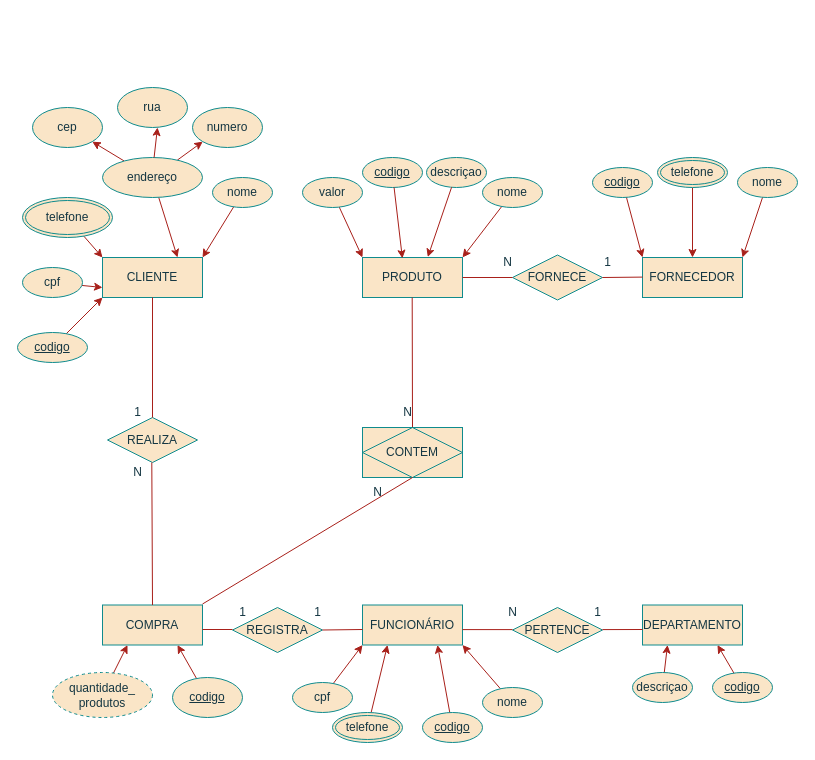
Earlier version of the draw.io diagram projeto-dre.drawio (kennyendersen/uc1-back-end). Source tidied: cells renumbered, new cells numbered last; positions are measured from the earlier drawing's top-left corner, leaving out a move shared by most shapes. Both pictures are drawn from the tidied source at 100%, with x=0, y=0 at pixel (17, 87).
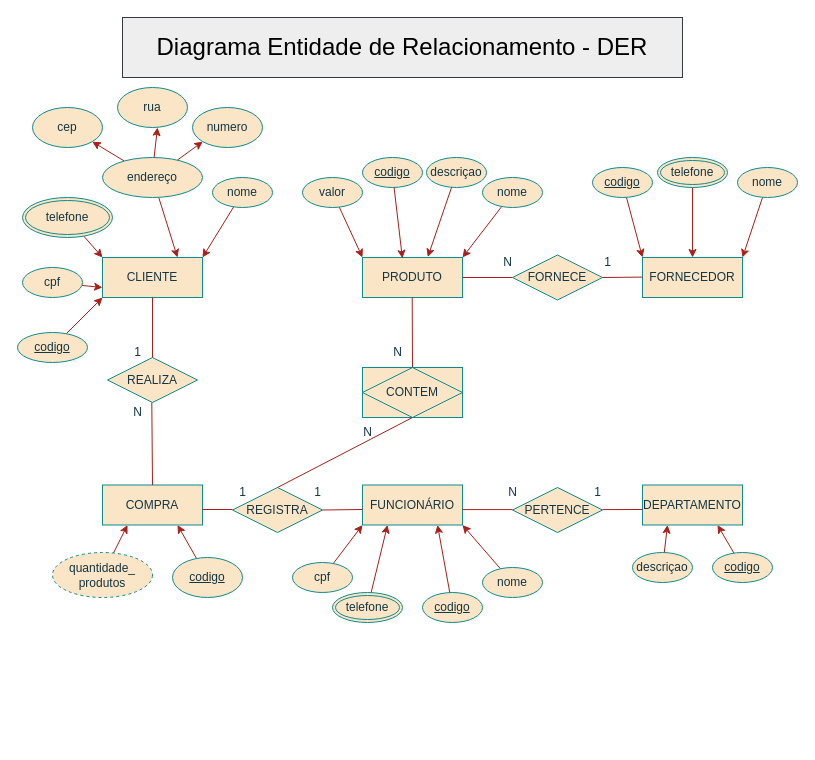
The same page after the edit.

Unchanged cells that the change refers to:
```xml
<mxCell id="53" value="FORNECE" style="shape=rhombus;perimeter=rhombusPerimeter;whiteSpace=wrap;html=1;align=center;strokeColor=#0F8B8D;fontColor=#143642;fillColor=#FAE5C7;rotation=0;rounded=0;labelBackgroundColor=none;" parent="1" vertex="1">
  <mxGeometry x="495" y="167.5" width="90" height="45" as="geometry" />
</mxCell>
```

Change to the diagram source:
```diff
@@
     <mxCell id="2" value="DEPARTAMENTO" style="whiteSpace=wrap;html=1;align=center;fillColor=#FAE5C7;fontColor=#143642;rounded=0;labelBackgroundColor=none;strokeColor=#0F8B8D;" parent="1" vertex="1">
-      <mxGeometry x="625" y="517.5" width="100" height="40" as="geometry" />
+      <mxGeometry x="625" y="397.5" width="100" height="40" as="geometry" />
     </mxCell>
     <mxCell id="3" value="FUNCIONÁRIO" style="whiteSpace=wrap;html=1;align=center;fontColor=#143642;strokeColor=#0F8B8D;fillColor=#FAE5C7;rounded=0;labelBackgroundColor=none;" parent="1" vertex="1">
-      <mxGeometry x="345" y="517.5" width="100" height="40" as="geometry" />
+      <mxGeometry x="345" y="397.5" width="100" height="40" as="geometry" />
     </mxCell>
@@
     <mxCell id="7" value="COMPRA" style="rounded=0;arcSize=10;whiteSpace=wrap;html=1;align=center;labelBackgroundColor=none;strokeColor=#0F8B8D;fillColor=#FAE5C7;fontColor=#143642;" parent="1" vertex="1">
-      <mxGeometry x="85" y="517.5" width="100" height="40" as="geometry" />
+      <mxGeometry x="85" y="397.5" width="100" height="40" as="geometry" />
     </mxCell>
@@
     <mxCell id="13" value="codigo" style="ellipse;whiteSpace=wrap;html=1;align=center;fontStyle=4;rounded=0;labelBackgroundColor=none;fillColor=#FAE5C7;strokeColor=#0F8B8D;fontColor=#143642;" parent="1" vertex="1">
-      <mxGeometry x="155" y="590" width="70" height="40" as="geometry" />
+      <mxGeometry x="155" y="470" width="70" height="40" as="geometry" />
     </mxCell>
@@
     <mxCell id="17" value="quantidade_&lt;br&gt;produtos" style="ellipse;whiteSpace=wrap;html=1;align=center;dashed=1;rounded=0;labelBackgroundColor=none;fillColor=#FAE5C7;strokeColor=#0F8B8D;fontColor=#143642;" parent="1" vertex="1">
-      <mxGeometry x="35" y="585" width="100" height="45" as="geometry" />
+      <mxGeometry x="35" y="465" width="100" height="45" as="geometry" />
     </mxCell>
@@
     <mxCell id="35" value="nome" style="ellipse;whiteSpace=wrap;html=1;align=center;rounded=0;labelBackgroundColor=none;fillColor=#FAE5C7;strokeColor=#0F8B8D;fontColor=#143642;" parent="1" vertex="1">
-      <mxGeometry x="465" y="600" width="60" height="30" as="geometry" />
+      <mxGeometry x="465" y="480" width="60" height="30" as="geometry" />
     </mxCell>
@@
     <mxCell id="37" value="codigo" style="ellipse;whiteSpace=wrap;html=1;align=center;fontStyle=4;rounded=0;labelBackgroundColor=none;fillColor=#FAE5C7;strokeColor=#0F8B8D;fontColor=#143642;" parent="1" vertex="1">
-      <mxGeometry x="405" y="625" width="60" height="30" as="geometry" />
+      <mxGeometry x="405" y="505" width="60" height="30" as="geometry" />
     </mxCell>
@@
     <mxCell id="39" value="cpf" style="ellipse;whiteSpace=wrap;html=1;align=center;rounded=0;labelBackgroundColor=none;fillColor=#FAE5C7;strokeColor=#0F8B8D;fontColor=#143642;" parent="1" vertex="1">
-      <mxGeometry x="275" y="595" width="60" height="30" as="geometry" />
+      <mxGeometry x="275" y="475" width="60" height="30" as="geometry" />
     </mxCell>
@@
     <mxCell id="41" value="telefone" style="ellipse;shape=doubleEllipse;margin=3;whiteSpace=wrap;html=1;align=center;rounded=0;labelBackgroundColor=none;fillColor=#FAE5C7;strokeColor=#0F8B8D;fontColor=#143642;" parent="1" vertex="1">
-      <mxGeometry x="315" y="625" width="70" height="30" as="geometry" />
+      <mxGeometry x="315" y="505" width="70" height="30" as="geometry" />
     </mxCell>
@@
     <mxCell id="49" value="descriçao" style="ellipse;whiteSpace=wrap;html=1;align=center;rounded=0;labelBackgroundColor=none;fillColor=#FAE5C7;strokeColor=#0F8B8D;fontColor=#143642;" parent="1" vertex="1">
-      <mxGeometry x="615" y="585" width="60" height="30" as="geometry" />
+      <mxGeometry x="615" y="465" width="60" height="30" as="geometry" />
     </mxCell>
@@
     <mxCell id="51" value="codigo" style="ellipse;whiteSpace=wrap;html=1;align=center;fontStyle=4;rounded=0;labelBackgroundColor=none;fillColor=#FAE5C7;strokeColor=#0F8B8D;fontColor=#143642;" parent="1" vertex="1">
-      <mxGeometry x="695" y="585" width="60" height="30" as="geometry" />
+      <mxGeometry x="695" y="465" width="60" height="30" as="geometry" />
     </mxCell>
     <mxCell id="52" value="REALIZA" style="shape=rhombus;perimeter=rhombusPerimeter;whiteSpace=wrap;html=1;align=center;strokeColor=#0F8B8D;fontColor=#143642;fillColor=#FAE5C7;rotation=0;rounded=0;labelBackgroundColor=none;" parent="1" vertex="1">
-      <mxGeometry x="90" y="330" width="90" height="45" as="geometry" />
+      <mxGeometry x="90" y="270" width="90" height="45" as="geometry" />
     </mxCell>
@@
     <mxCell id="54" value="PERTENCE" style="shape=rhombus;perimeter=rhombusPerimeter;whiteSpace=wrap;html=1;align=center;strokeColor=#0F8B8D;fontColor=#143642;fillColor=#FAE5C7;rotation=0;rounded=0;labelBackgroundColor=none;" parent="1" vertex="1">
-      <mxGeometry x="495" y="520" width="90" height="45" as="geometry" />
+      <mxGeometry x="495" y="400" width="90" height="45" as="geometry" />
     </mxCell>
     <mxCell id="55" value="REGISTRA" style="shape=rhombus;perimeter=rhombusPerimeter;whiteSpace=wrap;html=1;align=center;strokeColor=#0F8B8D;fontColor=#143642;fillColor=#FAE5C7;rotation=0;rounded=0;labelBackgroundColor=none;" parent="1" vertex="1">
-      <mxGeometry x="215" y="520" width="90" height="45" as="geometry" />
+      <mxGeometry x="215" y="400" width="90" height="45" as="geometry" />
     </mxCell>
@@
     <mxCell id="59" style="endArrow=none;html=1;rounded=0;entryX=0.5;entryY=0;entryDx=0;entryDy=0;exitX=0.5;exitY=1;exitDx=0;exitDy=0;labelBackgroundColor=none;strokeColor=#A8201A;fontColor=default;" parent="1" edge="1" target="7">
       <mxGeometry relative="1" as="geometry">
-        <mxPoint x="134.3" y="375" as="sourcePoint" />
+        <mxPoint x="134.3" y="315" as="sourcePoint" />
       </mxGeometry>
     </mxCell>
@@
-    <mxCell id="61" style="endArrow=none;html=1;rounded=0;strokeColor=#A8201A;fontColor=#143642;fillColor=#FAE5C7;" parent="1" edge="1">
+    <mxCell id="61" style="endArrow=none;html=1;rounded=0;strokeColor=#A8201A;fontColor=default;fillColor=#FAE5C7;labelBackgroundColor=none;" parent="1" edge="1">
       <mxGeometry relative="1" as="geometry">
         <mxPoint x="445" y="190" as="sourcePoint" />
         <mxPoint x="495" y="190" as="targetPoint" />
       </mxGeometry>
     </mxCell>
-    <mxCell id="62" style="endArrow=none;html=1;rounded=0;strokeColor=#A8201A;fontColor=#143642;fillColor=#FAE5C7;exitX=1;exitY=0.5;exitDx=0;exitDy=0;" parent="1" edge="1" source="53">
+    <mxCell id="62" style="endArrow=none;html=1;rounded=0;strokeColor=#A8201A;fontColor=default;fillColor=#FAE5C7;exitX=1;exitY=0.5;exitDx=0;exitDy=0;labelBackgroundColor=none;" parent="1" edge="1" source="53">
       <mxGeometry relative="1" as="geometry">
         <mxPoint x="625" y="189.6" as="targetPoint" />
       </mxGeometry>
     </mxCell>
-    <mxCell id="63" style="endArrow=none;html=1;rounded=0;strokeColor=#A8201A;fontColor=#143642;fillColor=#FAE5C7;" parent="1" edge="1">
+    <mxCell id="63" style="endArrow=none;html=1;rounded=0;strokeColor=#A8201A;fontColor=default;fillColor=#FAE5C7;labelBackgroundColor=none;" parent="1" edge="1">
       <mxGeometry relative="1" as="geometry">
-        <mxPoint x="445" y="542.1" as="sourcePoint" />
-        <mxPoint x="495" y="542.1" as="targetPoint" />
+        <mxPoint x="445" y="422.1" as="sourcePoint" />
+        <mxPoint x="495" y="422.1" as="targetPoint" />
       </mxGeometry>
     </mxCell>
-    <mxCell id="64" style="endArrow=none;html=1;rounded=0;strokeColor=#A8201A;fontColor=#143642;fillColor=#FAE5C7;" parent="1" edge="1">
+    <mxCell id="64" style="endArrow=none;html=1;rounded=0;strokeColor=#A8201A;fontColor=default;fillColor=#FAE5C7;labelBackgroundColor=none;" parent="1" edge="1">
       <mxGeometry relative="1" as="geometry">
-        <mxPoint x="585" y="542.1" as="sourcePoint" />
-        <mxPoint x="625" y="542" as="targetPoint" />
+        <mxPoint x="585" y="422.1" as="sourcePoint" />
+        <mxPoint x="625" y="422" as="targetPoint" />
       </mxGeometry>
     </mxCell>
-    <mxCell id="65" style="endArrow=none;html=1;rounded=0;strokeColor=#A8201A;fontColor=#143642;fillColor=#FAE5C7;exitX=1;exitY=0.5;exitDx=0;exitDy=0;" parent="1" edge="1" source="55">
+    <mxCell id="65" style="endArrow=none;html=1;rounded=0;strokeColor=#A8201A;fontColor=default;fillColor=#FAE5C7;exitX=1;exitY=0.5;exitDx=0;exitDy=0;labelBackgroundColor=none;" parent="1" edge="1" source="55">
       <mxGeometry relative="1" as="geometry">
-        <mxPoint x="345" y="542" as="targetPoint" />
+        <mxPoint x="345" y="422" as="targetPoint" />
       </mxGeometry>
     </mxCell>
-    <mxCell id="66" value="CONTEM" style="shape=associativeEntity;whiteSpace=wrap;html=1;align=center;strokeColor=#0F8B8D;fontColor=#143642;fillColor=#FAE5C7;fontSize=12;" parent="1" vertex="1">
-      <mxGeometry x="345" y="340" width="100" height="50" as="geometry" />
+    <mxCell id="66" value="CONTEM" style="shape=associativeEntity;whiteSpace=wrap;html=1;align=center;strokeColor=#0F8B8D;fontColor=#143642;fillColor=#FAE5C7;fontSize=12;rounded=0;labelBackgroundColor=none;" parent="1" vertex="1">
+      <mxGeometry x="345" y="280" width="100" height="50" as="geometry" />
     </mxCell>
-    <mxCell id="67" style="endArrow=none;html=1;rounded=0;strokeColor=#A8201A;fontColor=#143642;fillColor=#FAE5C7;" parent="1" edge="1">
+    <mxCell id="67" style="endArrow=none;html=1;rounded=0;strokeColor=#A8201A;fontColor=default;fillColor=#FAE5C7;labelBackgroundColor=none;" parent="1" edge="1">
       <mxGeometry relative="1" as="geometry">
-        <mxPoint x="185" y="542" as="sourcePoint" />
-        <mxPoint x="215" y="542" as="targetPoint" />
+        <mxPoint x="185" y="422" as="sourcePoint" />
+        <mxPoint x="215" y="422" as="targetPoint" />
       </mxGeometry>
     </mxCell>
-    <mxCell id="68" style="endArrow=none;html=1;rounded=0;strokeColor=#A8201A;fontColor=#143642;fillColor=#FAE5C7;entryX=0.5;entryY=1;entryDx=0;entryDy=0;" parent="1" edge="1" target="66">
-      <mxGeometry relative="1" as="geometry">
-        <mxPoint x="185" y="516.5" as="sourcePoint" />
-      </mxGeometry>
+    <mxCell id="68" style="endArrow=none;html=1;rounded=0;strokeColor=#A8201A;fontColor=default;fillColor=#FAE5C7;entryX=0.5;entryY=1;entryDx=0;entryDy=0;labelBackgroundColor=none;exitX=0.5;exitY=0;exitDx=0;exitDy=0;" parent="1" edge="1" source="55" target="66">
+      <mxGeometry relative="1" as="geometry" />
     </mxCell>
-    <mxCell id="69" value="N" style="text;html=1;align=center;verticalAlign=middle;strokeColor=none;fillColor=none;fontColor=#143642;" parent="1" vertex="1">
-      <mxGeometry x="105" y="370" width="30" height="30" as="geometry" />
+    <mxCell id="69" value="N" style="text;html=1;align=center;verticalAlign=middle;strokeColor=none;fillColor=none;fontColor=#143642;rounded=0;labelBackgroundColor=none;" parent="1" vertex="1">
+      <mxGeometry x="105" y="310" width="30" height="30" as="geometry" />
     </mxCell>
-    <mxCell id="70" value="1" style="text;html=1;align=center;verticalAlign=middle;strokeColor=none;fillColor=none;fontColor=#143642;" parent="1" vertex="1">
-      <mxGeometry x="105" y="310" width="30" height="30" as="geometry" />
+    <mxCell id="70" value="1" style="text;html=1;align=center;verticalAlign=middle;strokeColor=none;fillColor=none;fontColor=#143642;rounded=0;labelBackgroundColor=none;" parent="1" vertex="1">
+      <mxGeometry x="105" y="250" width="30" height="30" as="geometry" />
     </mxCell>
-    <mxCell id="71" value="N" style="text;html=1;align=center;verticalAlign=middle;strokeColor=none;fillColor=none;fontColor=#143642;" parent="1" vertex="1">
-      <mxGeometry x="345" y="390" width="30" height="30" as="geometry" />
+    <mxCell id="71" value="N" style="text;html=1;align=center;verticalAlign=middle;strokeColor=none;fillColor=none;fontColor=#143642;rounded=0;labelBackgroundColor=none;" parent="1" vertex="1">
+      <mxGeometry x="335" y="330" width="30" height="30" as="geometry" />
     </mxCell>
-    <mxCell id="72" value="N" style="text;html=1;align=center;verticalAlign=middle;strokeColor=none;fillColor=none;fontColor=#143642;" parent="1" vertex="1">
-      <mxGeometry x="375" y="310" width="30" height="30" as="geometry" />
+    <mxCell id="72" value="N" style="text;html=1;align=center;verticalAlign=middle;strokeColor=none;fillColor=none;fontColor=#143642;rounded=0;labelBackgroundColor=none;" parent="1" vertex="1">
+      <mxGeometry x="365" y="250" width="30" height="30" as="geometry" />
     </mxCell>
-    <mxCell id="73" value="1" style="text;html=1;align=center;verticalAlign=middle;strokeColor=none;fillColor=none;fontColor=#143642;" parent="1" vertex="1">
-      <mxGeometry x="210" y="510" width="30" height="30" as="geometry" />
+    <mxCell id="73" value="1" style="text;html=1;align=center;verticalAlign=middle;strokeColor=none;fillColor=none;fontColor=#143642;rounded=0;labelBackgroundColor=none;" parent="1" vertex="1">
+      <mxGeometry x="210" y="390" width="30" height="30" as="geometry" />
     </mxCell>
-    <mxCell id="74" value="1" style="text;html=1;align=center;verticalAlign=middle;strokeColor=none;fillColor=none;fontColor=#143642;" parent="1" vertex="1">
-      <mxGeometry x="285" y="510" width="30" height="30" as="geometry" />
+    <mxCell id="74" value="1" style="text;html=1;align=center;verticalAlign=middle;strokeColor=none;fillColor=none;fontColor=#143642;rounded=0;labelBackgroundColor=none;" parent="1" vertex="1">
+      <mxGeometry x="285" y="390" width="30" height="30" as="geometry" />
     </mxCell>
-    <mxCell id="75" value="1" style="text;html=1;align=center;verticalAlign=middle;strokeColor=none;fillColor=none;fontColor=#143642;" parent="1" vertex="1">
-      <mxGeometry x="565" y="510" width="30" height="30" as="geometry" />
+    <mxCell id="75" value="1" style="text;html=1;align=center;verticalAlign=middle;strokeColor=none;fillColor=none;fontColor=#143642;rounded=0;labelBackgroundColor=none;" parent="1" vertex="1">
+      <mxGeometry x="565" y="390" width="30" height="30" as="geometry" />
     </mxCell>
-    <mxCell id="76" value="N" style="text;html=1;align=center;verticalAlign=middle;strokeColor=none;fillColor=none;fontColor=#143642;" parent="1" vertex="1">
-      <mxGeometry x="480" y="510" width="30" height="30" as="geometry" />
+    <mxCell id="76" value="N" style="text;html=1;align=center;verticalAlign=middle;strokeColor=none;fillColor=none;fontColor=#143642;rounded=0;labelBackgroundColor=none;" parent="1" vertex="1">
+      <mxGeometry x="480" y="390" width="30" height="30" as="geometry" />
     </mxCell>
-    <mxCell id="77" value="1" style="text;html=1;align=center;verticalAlign=middle;strokeColor=none;fillColor=none;fontColor=#143642;" parent="1" vertex="1">
+    <mxCell id="77" value="1" style="text;html=1;align=center;verticalAlign=middle;strokeColor=none;fillColor=none;fontColor=#143642;rounded=0;labelBackgroundColor=none;" parent="1" vertex="1">
       <mxGeometry x="575" y="160" width="30" height="30" as="geometry" />
     </mxCell>
-    <mxCell id="78" value="N" style="text;html=1;align=center;verticalAlign=middle;strokeColor=none;fillColor=none;fontColor=#143642;" parent="1" vertex="1">
+    <mxCell id="78" value="N" style="text;html=1;align=center;verticalAlign=middle;strokeColor=none;fillColor=none;fontColor=#143642;rounded=0;labelBackgroundColor=none;" parent="1" vertex="1">
       <mxGeometry x="475" y="160" width="30" height="30" as="geometry" />
     </mxCell>
+    <mxCell id="79" value="&lt;font style=&quot;font-size: 24px;&quot;&gt;Diagrama Entidade de Relacionamento - DER&lt;/font&gt;" style="rounded=0;whiteSpace=wrap;html=1;fontSize=24;fontStyle=0;horizontal=1;fillColor=#eeeeee;strokeColor=#36393d;" parent="1" vertex="1">
+      <mxGeometry x="105" y="-70" width="560" height="60" as="geometry" />
+    </mxCell>
```
